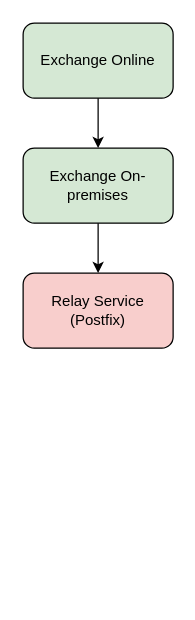
Earlier version of the draw.io diagram drawioTest.drawio (SamOfAllTrades/scratch). Source tidied: cells renumbered, new cells numbered last; positions are measured from the earlier drawing's top-left corner, leaving out a move shared by most shapes. Both pictures are drawn from the tidied source at 125%, with x=0, y=0 at pixel (22, 22).
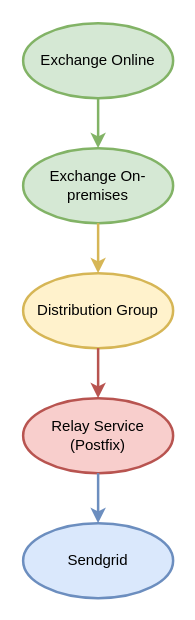
Above is the later version.

What changed in the source:
```diff
@@
 <mxGraphModel>
   <root>
     <mxCell id="0" />
     <mxCell id="1" parent="0" />
-    <mxCell id="2" value="Exchange Online" style="rounded=1;whiteSpace=wrap;html=1;fillColor=#d5e8d4;" parent="1" vertex="1">
+    <mxCell id="2" value="Exchange Online" style="shape=ellipse;whiteSpace=wrap;html=1;fillColor=#d5e8d4;strokeColor=#82b366;strokeWidth=2;" parent="1" vertex="1">
       <mxGeometry width="120" height="60" as="geometry" />
     </mxCell>
-    <mxCell id="3" value="Exchange On-premises" style="rounded=1;whiteSpace=wrap;html=1;fillColor=#d5e8d4;" parent="1" vertex="1">
+    <mxCell id="3" value="Exchange On-premises" style="shape=ellipse;whiteSpace=wrap;html=1;fillColor=#d5e8d4;strokeColor=#82b366;strokeWidth=2;" parent="1" vertex="1">
       <mxGeometry y="100" width="120" height="60" as="geometry" />
     </mxCell>
-    <mxCell id="4" value="Relay Service (Postfix)" style="rounded=1;whiteSpace=wrap;html=1;fillColor=#f8cecc;" parent="1" vertex="1">
+    <mxCell id="4" value="Distribution Group" style="shape=ellipse;whiteSpace=wrap;html=1;fillColor=#fff2cc;strokeColor=#d6b656;strokeWidth=2;" parent="1" vertex="1">
       <mxGeometry y="200" width="120" height="60" as="geometry" />
     </mxCell>
-    <mxCell id="5" style="edgeStyle=orthogonalEdgeStyle;rounded=0;jettySize=auto;html=1;exitX=0.5;exitY=1;exitDx=0;exitDy=0;entryX=0.5;entryY=0;entryDx=0;entryDy=0;" parent="1" edge="1" source="2" target="3">
-      <mxGeometry relative="1" as="geometry" />
+    <mxCell id="5" value="Relay Service (Postfix)" style="shape=ellipse;whiteSpace=wrap;html=1;fillColor=#f8cecc;strokeColor=#b85450;strokeWidth=2;" parent="1" vertex="1">
+      <mxGeometry y="300" width="120" height="60" as="geometry" />
     </mxCell>
-    <mxCell id="6" style="edgeStyle=orthogonalEdgeStyle;rounded=0;jettySize=auto;html=1;exitX=0.5;exitY=1;exitDx=0;exitDy=0;entryX=0.5;entryY=0;entryDx=0;entryDy=0;" parent="1" edge="1" source="3" target="4">
-      <mxGeometry relative="1" as="geometry" />
+    <mxCell id="6" value="Sendgrid" style="shape=ellipse;whiteSpace=wrap;html=1;fillColor=#dae8fc;strokeColor=#6c8ebf;strokeWidth=2;" parent="1" vertex="1">
+      <mxGeometry y="400" width="120" height="60" as="geometry" />
     </mxCell>
+    <mxCell id="7" style="edgeStyle=orthogonalEdgeStyle;rounded=0;jettySize=auto;html=1;strokeColor=#82b366;strokeWidth=2;" parent="1" edge="1" source="2" target="3">
+      <mxGeometry relative="1" as="geometry" />
+    </mxCell>
+    <mxCell id="8" style="edgeStyle=orthogonalEdgeStyle;rounded=0;jettySize=auto;html=1;strokeColor=#d6b656;strokeWidth=2;" parent="1" edge="1" source="3" target="4">
+      <mxGeometry relative="1" as="geometry" />
+    </mxCell>
+    <mxCell id="9" style="edgeStyle=orthogonalEdgeStyle;rounded=0;jettySize=auto;html=1;strokeColor=#b85450;strokeWidth=2;" parent="1" edge="1" source="4" target="5">
+      <mxGeometry relative="1" as="geometry" />
+    </mxCell>
+    <mxCell id="10" style="edgeStyle=orthogonalEdgeStyle;rounded=0;jettySize=auto;html=1;strokeColor=#6c8ebf;strokeWidth=2;" parent="1" edge="1" source="5" target="6">
+      <mxGeometry relative="1" as="geometry" />
+    </mxCell>
   </root>
 </mxGraphModel>
```
